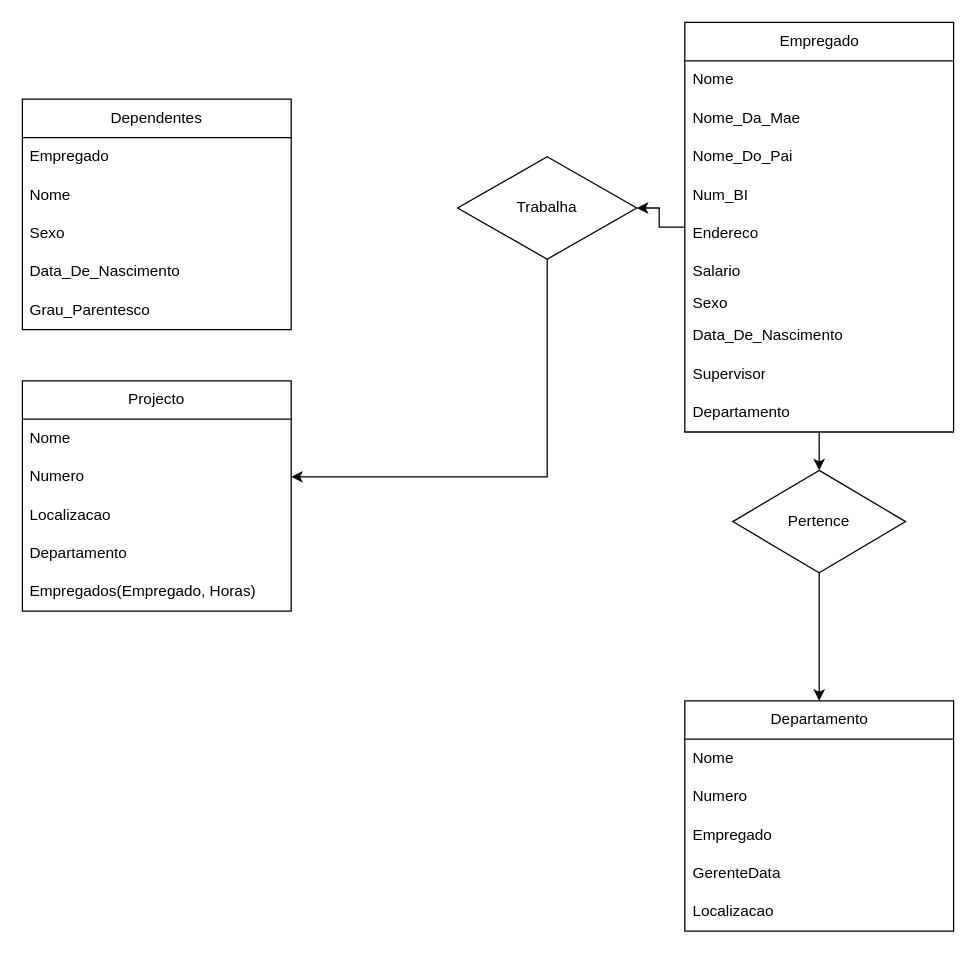
Before: BD_Empresa.drawio in Khalielly/MER-BD, a draw.io diagram. Source tidied: cells renumbered, new cells numbered last; positions are measured from the earlier drawing's top-left corner, leaving out a move shared by most shapes. Both pictures are drawn from the tidied source at 128%, with x=0, y=0 at pixel (22, 22).
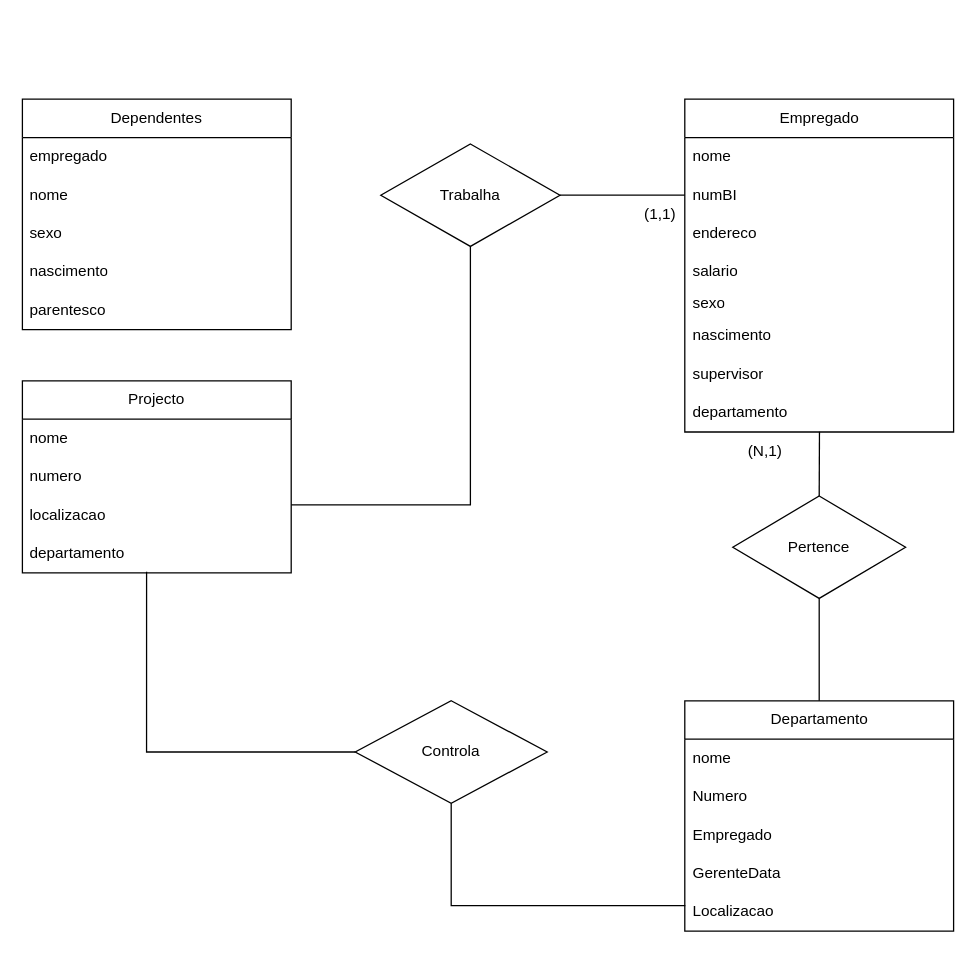
After the change.

Unchanged cells that the change refers to:
```xml
<mxCell id="2" value="Departamento" style="swimlane;fontStyle=0;horizontal=1;startSize=30;whiteSpace=wrap;html=1;" parent="1" vertex="1">
  <mxGeometry x="517.5" y="530" width="210" height="180" as="geometry" />
</mxCell>
<mxCell id="7" value="Localizacao" style="text;strokeColor=none;fillColor=none;align=left;verticalAlign=middle;spacingLeft=4;spacingRight=4;overflow=hidden;points=[[0,0.5],[1,0.5]];portConstraint=eastwest;whiteSpace=wrap;html=1;" parent="2" vertex="1">
  <mxGeometry y="150" width="210" height="30" as="geometry" />
</mxCell>
<mxCell id="27" value="Dependentes" style="swimlane;fontStyle=0;horizontal=1;startSize=30;whiteSpace=wrap;html=1;" parent="1" vertex="1">
  <mxGeometry y="60" width="210" height="180" as="geometry" />
</mxCell>
```

What changed in the source:
```diff
@@
-    <mxCell id="3" value="Nome" style="text;strokeColor=none;fillColor=none;align=left;verticalAlign=middle;spacingLeft=4;spacingRight=4;overflow=hidden;whiteSpace=wrap;html=1;" parent="2" vertex="1">
+    <mxCell id="3" value="nome" style="text;strokeColor=none;fillColor=none;align=left;verticalAlign=middle;spacingLeft=4;spacingRight=4;overflow=hidden;whiteSpace=wrap;html=1;" parent="2" vertex="1">
       <mxGeometry y="30" width="210" height="30" as="geometry" />
     </mxCell>
@@
     <mxCell id="8" value="Projecto" style="swimlane;fontStyle=0;horizontal=1;startSize=30;whiteSpace=wrap;html=1;" parent="1" vertex="1">
-      <mxGeometry y="280" width="210" height="180" as="geometry" />
+      <mxGeometry y="280" width="210" height="150" as="geometry" />
     </mxCell>
-    <mxCell id="9" value="Nome" style="text;strokeColor=none;fillColor=none;align=left;verticalAlign=middle;spacingLeft=4;spacingRight=4;overflow=hidden;whiteSpace=wrap;html=1;" parent="8" vertex="1">
+    <mxCell id="9" value="nome" style="text;strokeColor=none;fillColor=none;align=left;verticalAlign=middle;spacingLeft=4;spacingRight=4;overflow=hidden;whiteSpace=wrap;html=1;" parent="8" vertex="1">
       <mxGeometry y="30" width="210" height="30" as="geometry" />
     </mxCell>
-    <mxCell id="10" value="Numero" style="text;strokeColor=none;fillColor=none;align=left;verticalAlign=middle;spacingLeft=4;spacingRight=4;overflow=hidden;points=[[0,0.5],[1,0.5]];portConstraint=eastwest;whiteSpace=wrap;html=1;" parent="8" vertex="1">
+    <mxCell id="10" value="numero" style="text;strokeColor=none;fillColor=none;align=left;verticalAlign=middle;spacingLeft=4;spacingRight=4;overflow=hidden;points=[[0,0.5],[1,0.5]];portConstraint=eastwest;whiteSpace=wrap;html=1;" parent="8" vertex="1">
       <mxGeometry y="60" width="210" height="30" as="geometry" />
     </mxCell>
-    <mxCell id="11" value="Localizacao" style="text;strokeColor=none;fillColor=none;align=left;verticalAlign=middle;spacingLeft=4;spacingRight=4;overflow=hidden;whiteSpace=wrap;html=1;" parent="8" vertex="1">
+    <mxCell id="11" value="localizacao" style="text;strokeColor=none;fillColor=none;align=left;verticalAlign=middle;spacingLeft=4;spacingRight=4;overflow=hidden;whiteSpace=wrap;html=1;" parent="8" vertex="1">
       <mxGeometry y="90" width="210" height="30" as="geometry" />
     </mxCell>
-    <mxCell id="12" value="Departamento" style="text;strokeColor=none;fillColor=none;align=left;verticalAlign=middle;spacingLeft=4;spacingRight=4;overflow=hidden;points=[[0,0.5],[1,0.5]];portConstraint=eastwest;whiteSpace=wrap;html=1;" parent="8" vertex="1">
+    <mxCell id="12" value="departamento" style="text;strokeColor=none;fillColor=none;align=left;verticalAlign=middle;spacingLeft=4;spacingRight=4;overflow=hidden;points=[[0,0.5],[1,0.5]];portConstraint=eastwest;whiteSpace=wrap;html=1;" parent="8" vertex="1">
       <mxGeometry y="120" width="210" height="30" as="geometry" />
     </mxCell>
-    <mxCell id="13" value="Empregados(Empregado, Horas)" style="text;strokeColor=none;fillColor=none;align=left;verticalAlign=middle;spacingLeft=4;spacingRight=4;overflow=hidden;whiteSpace=wrap;html=1;" parent="8" vertex="1">
-      <mxGeometry y="150" width="210" height="30" as="geometry" />
-    </mxCell>
-    <mxCell id="14" style="edgeStyle=orthogonalEdgeStyle;rounded=0;jettySize=auto;html=1;" parent="1" edge="1" source="16" target="34">
-      <mxGeometry relative="1" as="geometry" />
-    </mxCell>
-    <mxCell id="15" style="edgeStyle=orthogonalEdgeStyle;rounded=0;jettySize=auto;html=1;" parent="1" edge="1" source="16" target="36">
-      <mxGeometry relative="1" as="geometry" />
-    </mxCell>
     <mxCell id="16" value="Empregado" style="swimlane;fontStyle=0;horizontal=1;startSize=30;whiteSpace=wrap;html=1;" parent="1" vertex="1">
-      <mxGeometry x="517.5" width="210" height="320" as="geometry" />
+      <mxGeometry x="517.5" y="60" width="210" height="260" as="geometry" />
     </mxCell>
-    <mxCell id="17" value="Nome" style="text;strokeColor=none;fillColor=none;align=left;verticalAlign=middle;spacingLeft=4;spacingRight=4;overflow=hidden;whiteSpace=wrap;html=1;" parent="16" vertex="1">
+    <mxCell id="17" value="nome" style="text;strokeColor=none;fillColor=none;align=left;verticalAlign=middle;spacingLeft=4;spacingRight=4;overflow=hidden;whiteSpace=wrap;html=1;" parent="16" vertex="1">
       <mxGeometry y="30" width="210" height="30" as="geometry" />
     </mxCell>
-    <mxCell id="18" value="Nome_Da_Mae" style="text;strokeColor=none;fillColor=none;align=left;verticalAlign=middle;spacingLeft=4;spacingRight=4;overflow=hidden;whiteSpace=wrap;html=1;" parent="16" vertex="1">
-      <mxGeometry y="60" width="210" height="30" as="geometry" />
-    </mxCell>
-    <mxCell id="19" value="Nome_Do_Pai" style="text;strokeColor=none;fillColor=none;align=left;verticalAlign=middle;spacingLeft=4;spacingRight=4;overflow=hidden;whiteSpace=wrap;html=1;" parent="16" vertex="1">
-      <mxGeometry y="90" width="210" height="30" as="geometry" />
-    </mxCell>
-    <mxCell id="20" value="Num_BI" style="text;strokeColor=none;fillColor=none;align=left;verticalAlign=middle;spacingLeft=4;spacingRight=4;overflow=hidden;points=[[0,0.5],[1,0.5]];portConstraint=eastwest;whiteSpace=wrap;html=1;" parent="16" vertex="1">
-      <mxGeometry y="120" width="210" height="30" as="geometry" />
+    <mxCell id="20" value="numBI" style="text;strokeColor=none;fillColor=none;align=left;verticalAlign=middle;spacingLeft=4;spacingRight=4;overflow=hidden;points=[[0,0.5],[1,0.5]];portConstraint=eastwest;whiteSpace=wrap;html=1;" parent="16" vertex="1">
+      <mxGeometry y="60" width="210" height="30" as="geometry" />
     </mxCell>
-    <mxCell id="21" value="Endereco" style="text;strokeColor=none;fillColor=none;align=left;verticalAlign=middle;spacingLeft=4;spacingRight=4;overflow=hidden;whiteSpace=wrap;html=1;" parent="16" vertex="1">
-      <mxGeometry y="150" width="210" height="30" as="geometry" />
+    <mxCell id="21" value="endereco" style="text;strokeColor=none;fillColor=none;align=left;verticalAlign=middle;spacingLeft=4;spacingRight=4;overflow=hidden;whiteSpace=wrap;html=1;" parent="16" vertex="1">
+      <mxGeometry y="90" width="210" height="30" as="geometry" />
     </mxCell>
-    <mxCell id="22" value="Salario" style="text;strokeColor=none;fillColor=none;align=left;verticalAlign=middle;spacingLeft=4;spacingRight=4;overflow=hidden;whiteSpace=wrap;html=1;" parent="16" vertex="1">
-      <mxGeometry y="180" width="210" height="30" as="geometry" />
+    <mxCell id="22" value="salario" style="text;strokeColor=none;fillColor=none;align=left;verticalAlign=middle;spacingLeft=4;spacingRight=4;overflow=hidden;whiteSpace=wrap;html=1;" parent="16" vertex="1">
+      <mxGeometry y="120" width="210" height="30" as="geometry" />
     </mxCell>
-    <mxCell id="23" value="&lt;div&gt;Sexo&lt;/div&gt;&lt;div&gt;&lt;br&gt;&lt;/div&gt;" style="text;strokeColor=none;fillColor=none;align=left;verticalAlign=middle;spacingLeft=4;spacingRight=4;overflow=hidden;whiteSpace=wrap;html=1;" parent="16" vertex="1">
-      <mxGeometry y="210" width="210" height="20" as="geometry" />
+    <mxCell id="23" value="&lt;div&gt;sexo&lt;/div&gt;&lt;div&gt;&lt;br&gt;&lt;/div&gt;" style="text;strokeColor=none;fillColor=none;align=left;verticalAlign=middle;spacingLeft=4;spacingRight=4;overflow=hidden;whiteSpace=wrap;html=1;" parent="16" vertex="1">
+      <mxGeometry y="150" width="210" height="20" as="geometry" />
     </mxCell>
-    <mxCell id="24" value="Data_De_Nascimento" style="text;strokeColor=none;fillColor=none;align=left;verticalAlign=middle;spacingLeft=4;spacingRight=4;overflow=hidden;whiteSpace=wrap;html=1;" parent="16" vertex="1">
-      <mxGeometry y="230" width="210" height="30" as="geometry" />
+    <mxCell id="24" value="nascimento" style="text;strokeColor=none;fillColor=none;align=left;verticalAlign=middle;spacingLeft=4;spacingRight=4;overflow=hidden;whiteSpace=wrap;html=1;" parent="16" vertex="1">
+      <mxGeometry y="170" width="210" height="30" as="geometry" />
     </mxCell>
-    <mxCell id="25" value="Supervisor" style="text;strokeColor=none;fillColor=none;align=left;verticalAlign=middle;spacingLeft=4;spacingRight=4;overflow=hidden;whiteSpace=wrap;html=1;" parent="16" vertex="1">
-      <mxGeometry y="260" width="210" height="30" as="geometry" />
+    <mxCell id="25" value="supervisor" style="text;strokeColor=none;fillColor=none;align=left;verticalAlign=middle;spacingLeft=4;spacingRight=4;overflow=hidden;whiteSpace=wrap;html=1;" parent="16" vertex="1">
+      <mxGeometry y="200" width="210" height="30" as="geometry" />
     </mxCell>
-    <mxCell id="26" value="Departamento" style="text;strokeColor=none;fillColor=none;align=left;verticalAlign=middle;spacingLeft=4;spacingRight=4;overflow=hidden;points=[[0,0.5],[1,0.5]];portConstraint=eastwest;whiteSpace=wrap;html=1;" parent="16" vertex="1">
-      <mxGeometry y="290" width="210" height="30" as="geometry" />
+    <mxCell id="26" value="departamento" style="text;strokeColor=none;fillColor=none;align=left;verticalAlign=middle;spacingLeft=4;spacingRight=4;overflow=hidden;points=[[0,0.5],[1,0.5]];portConstraint=eastwest;whiteSpace=wrap;html=1;" parent="16" vertex="1">
+      <mxGeometry y="230" width="210" height="30" as="geometry" />
     </mxCell>
@@
-    <mxCell id="28" value="Empregado" style="text;strokeColor=none;fillColor=none;align=left;verticalAlign=middle;spacingLeft=4;spacingRight=4;overflow=hidden;whiteSpace=wrap;html=1;" parent="27" vertex="1">
+    <mxCell id="28" value="empregado" style="text;strokeColor=none;fillColor=none;align=left;verticalAlign=middle;spacingLeft=4;spacingRight=4;overflow=hidden;whiteSpace=wrap;html=1;" parent="27" vertex="1">
       <mxGeometry y="30" width="210" height="30" as="geometry" />
     </mxCell>
-    <mxCell id="29" value="Nome" style="text;strokeColor=none;fillColor=none;align=left;verticalAlign=middle;spacingLeft=4;spacingRight=4;overflow=hidden;whiteSpace=wrap;html=1;" parent="27" vertex="1">
+    <mxCell id="29" value="nome" style="text;strokeColor=none;fillColor=none;align=left;verticalAlign=middle;spacingLeft=4;spacingRight=4;overflow=hidden;whiteSpace=wrap;html=1;" parent="27" vertex="1">
       <mxGeometry y="60" width="210" height="30" as="geometry" />
     </mxCell>
-    <mxCell id="30" value="Sexo" style="text;strokeColor=none;fillColor=none;align=left;verticalAlign=middle;spacingLeft=4;spacingRight=4;overflow=hidden;whiteSpace=wrap;html=1;" parent="27" vertex="1">
+    <mxCell id="30" value="sexo" style="text;strokeColor=none;fillColor=none;align=left;verticalAlign=middle;spacingLeft=4;spacingRight=4;overflow=hidden;whiteSpace=wrap;html=1;" parent="27" vertex="1">
       <mxGeometry y="90" width="210" height="30" as="geometry" />
     </mxCell>
-    <mxCell id="31" value="Data_De_Nascimento" style="text;strokeColor=none;fillColor=none;align=left;verticalAlign=middle;spacingLeft=4;spacingRight=4;overflow=hidden;whiteSpace=wrap;html=1;" parent="27" vertex="1">
+    <mxCell id="31" value="nascimento" style="text;strokeColor=none;fillColor=none;align=left;verticalAlign=middle;spacingLeft=4;spacingRight=4;overflow=hidden;whiteSpace=wrap;html=1;" parent="27" vertex="1">
       <mxGeometry y="120" width="210" height="30" as="geometry" />
     </mxCell>
-    <mxCell id="32" value="Grau_Parentesco" style="text;strokeColor=none;fillColor=none;align=left;verticalAlign=middle;spacingLeft=4;spacingRight=4;overflow=hidden;whiteSpace=wrap;html=1;" parent="27" vertex="1">
+    <mxCell id="32" value="parentesco" style="text;strokeColor=none;fillColor=none;align=left;verticalAlign=middle;spacingLeft=4;spacingRight=4;overflow=hidden;whiteSpace=wrap;html=1;" parent="27" vertex="1">
       <mxGeometry y="150" width="210" height="30" as="geometry" />
     </mxCell>
-    <mxCell id="33" style="edgeStyle=orthogonalEdgeStyle;rounded=0;jettySize=auto;html=1;entryX=0.5;entryY=0;entryDx=0;entryDy=0;" parent="1" edge="1" source="34" target="2">
-      <mxGeometry relative="1" as="geometry" />
-    </mxCell>
     <mxCell id="34" value="Pertence" style="rhombus;whiteSpace=wrap;html=1;fontStyle=0;startSize=30;" parent="1" vertex="1">
-      <mxGeometry x="555" y="350" width="135" height="80" as="geometry" />
+      <mxGeometry x="555" y="370" width="135" height="80" as="geometry" />
     </mxCell>
-    <mxCell id="35" style="edgeStyle=orthogonalEdgeStyle;rounded=0;jettySize=auto;html=1;entryX=1;entryY=0.5;entryDx=0;entryDy=0;" parent="1" edge="1" source="36" target="10">
-      <mxGeometry relative="1" as="geometry" />
-    </mxCell>
     <mxCell id="36" value="Trabalha" style="rhombus;whiteSpace=wrap;html=1;fontStyle=0;startSize=30;" parent="1" vertex="1">
-      <mxGeometry x="340" y="105" width="140" height="80" as="geometry" />
+      <mxGeometry x="280" y="95" width="140" height="80" as="geometry" />
     </mxCell>
+    <mxCell id="37" style="endArrow=none;html=1;rounded=0;entryX=0.5;entryY=1;entryDx=0;entryDy=0;" parent="1" edge="1" target="36">
+      <mxGeometry relative="1" as="geometry">
+        <mxPoint x="210" y="377" as="sourcePoint" />
+        <Array as="points">
+          <mxPoint x="350" y="377" />
+        </Array>
+      </mxGeometry>
+    </mxCell>
+    <mxCell id="38" style="endArrow=none;html=1;rounded=0;entryX=0;entryY=0.5;entryDx=0;entryDy=0;exitX=1;exitY=0.5;exitDx=0;exitDy=0;" parent="1" edge="1" source="36" target="20">
+      <mxGeometry relative="1" as="geometry" />
+    </mxCell>
+    <mxCell id="39" style="endArrow=none;html=1;rounded=0;entryX=0.501;entryY=0.991;entryDx=0;entryDy=0;entryPerimeter=0;exitX=0.5;exitY=0;exitDx=0;exitDy=0;" parent="1" edge="1" source="34" target="26">
+      <mxGeometry relative="1" as="geometry" />
+    </mxCell>
+    <mxCell id="40" style="endArrow=none;html=1;rounded=0;entryX=0.5;entryY=1;entryDx=0;entryDy=0;" parent="1" edge="1" source="2" target="34">
+      <mxGeometry relative="1" as="geometry" />
+    </mxCell>
+    <mxCell id="41" value="(N,1)" style="text;html=1;align=center;verticalAlign=middle;strokeColor=none;fillColor=none;" parent="1" vertex="1">
+      <mxGeometry x="555" y="320" width="50" height="30" as="geometry" />
+    </mxCell>
+    <mxCell id="42" value="(1,1)" style="text;html=1;align=center;verticalAlign=middle;strokeColor=none;fillColor=none;" parent="1" vertex="1">
+      <mxGeometry x="472.5" y="135" width="50" height="30" as="geometry" />
+    </mxCell>
+    <mxCell id="43" value="Controla" style="rhombus;whiteSpace=wrap;html=1;" parent="1" vertex="1">
+      <mxGeometry x="260" y="530" width="150" height="80" as="geometry" />
+    </mxCell>
+    <mxCell id="44" style="endArrow=none;html=1;rounded=0;entryX=0;entryY=0.5;entryDx=0;entryDy=0;exitX=0.462;exitY=0.972;exitDx=0;exitDy=0;exitPerimeter=0;" parent="1" edge="1" source="12" target="43">
+      <mxGeometry relative="1" as="geometry">
+        <Array as="points">
+          <mxPoint x="97" y="570" />
+        </Array>
+      </mxGeometry>
+    </mxCell>
+    <mxCell id="45" style="endArrow=none;html=1;rounded=0;entryX=0.002;entryY=0.333;entryDx=0;entryDy=0;entryPerimeter=0;exitX=0.5;exitY=1;exitDx=0;exitDy=0;" parent="1" edge="1" source="43" target="7">
+      <mxGeometry relative="1" as="geometry">
+        <Array as="points">
+          <mxPoint x="335" y="690" />
+        </Array>
+      </mxGeometry>
+    </mxCell>
```
